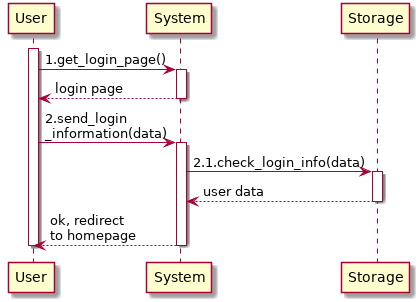
Earlier version of the PlantUML export RASD/images/useCases/login.png (GiorgioUghini/SafeStreets).
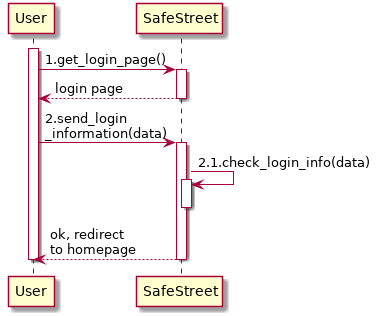
After the commit.

Change to the diagram source:
```diff
@@ -2,15 +2,14 @@
     autoactivate on
 
     participant User as U
-    participant System as S
-    participant Storage as ST
+    participant SafeStreet as S
 
     activate U
     U -> S: 1.get_login_page()
     return login page
     U -> S: 2.send_login\n_information(data)
-    S -> ST: 2.1.check_login_info(data)
-    return user data
+    S -> S: 2.1.check_login_info(data)
+    deactivate S
     return ok, redirect\nto homepage
     deactivate U
 @enduml
```
